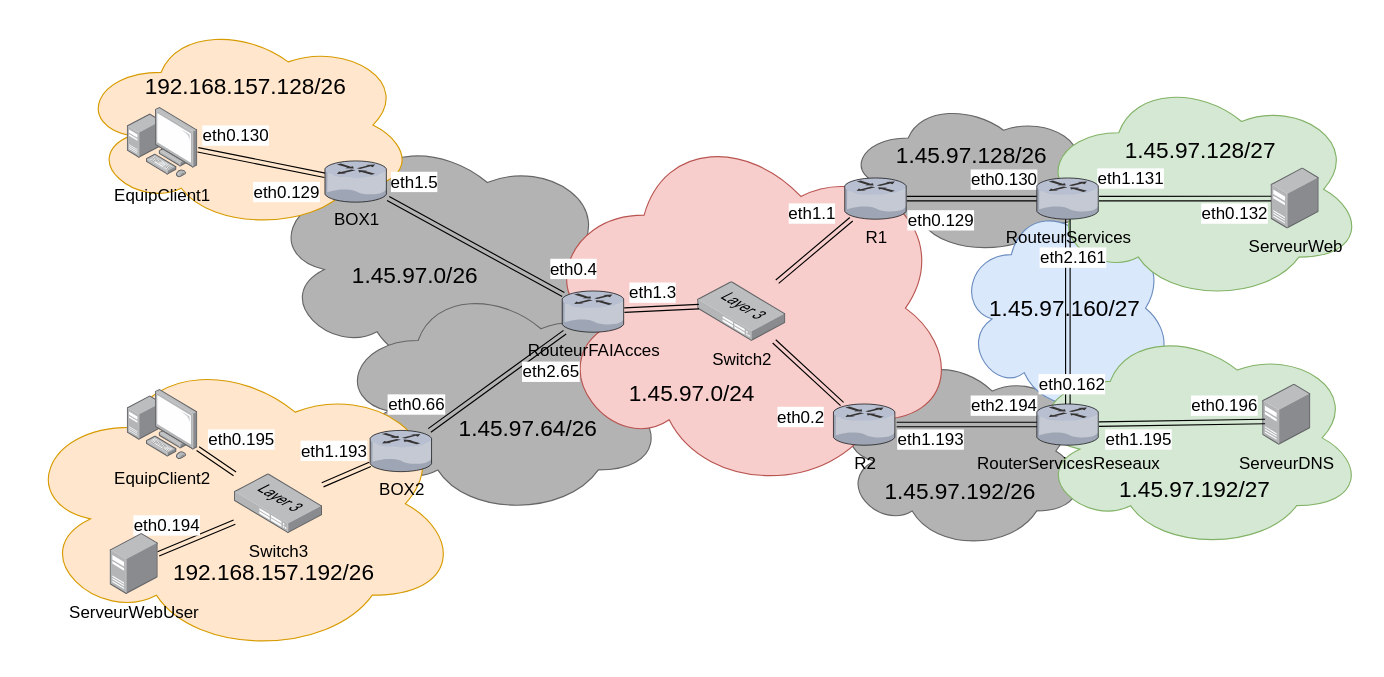
sully-vian/N7-1A keeps this draw.io diagram as 1A/reseau/projet-reseau/projet-reseau.drawio. Above is the earlier version. Source tidied: cells renumbered, new cells numbered last; positions are measured from the earlier drawing's top-left corner, leaving out a move shared by most shapes. Both pictures are drawn from the tidied source at 113%, with x=0, y=0 at pixel (19, 19).
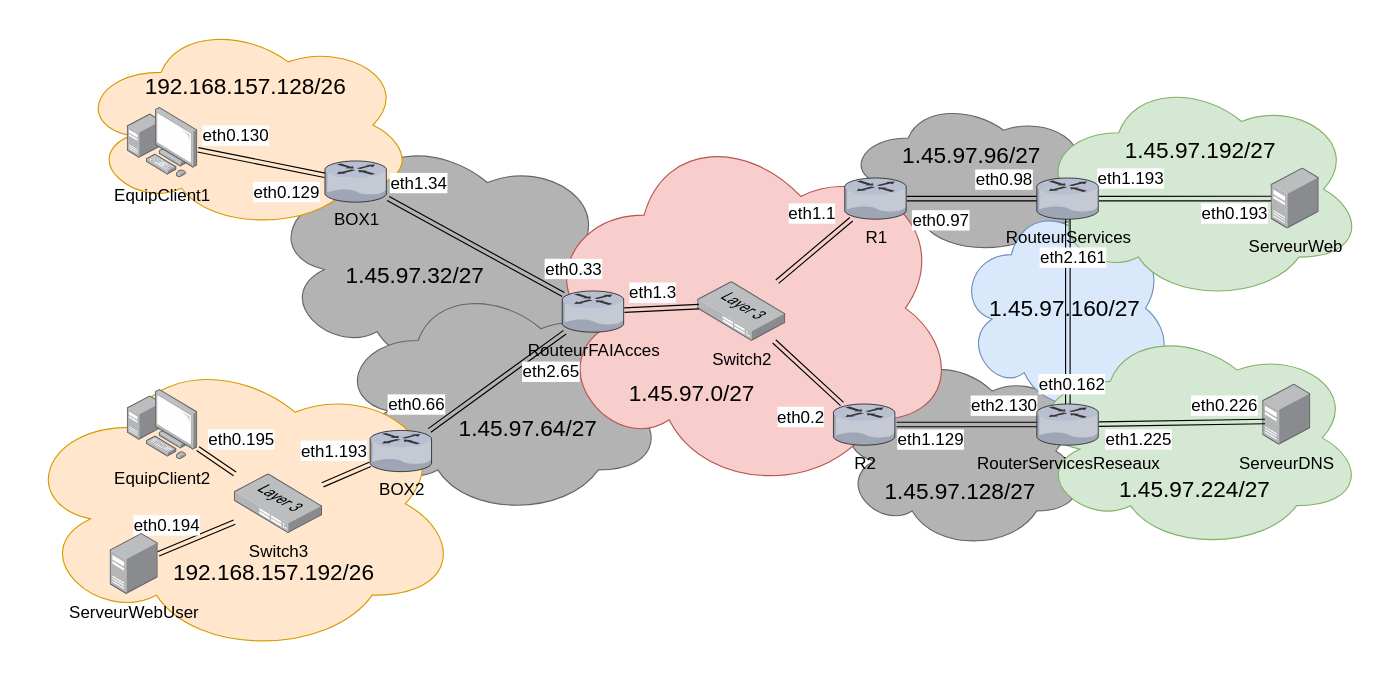
The same diagram, later.

Unchanged cells that the change refers to:
```xml
<mxCell id="30" style="rounded=0;orthogonalLoop=1;jettySize=auto;html=1;fontFamily=Helvetica;fontSize=12;fontColor=default;labelBackgroundColor=none;shape=link;" parent="1" edge="1">
  <mxGeometry relative="1" as="geometry">
    <mxPoint x="326" y="158.2" as="sourcePoint" />
    <mxPoint x="481" y="243.2" as="targetPoint" />
  </mxGeometry>
</mxCell>
<mxCell id="41" style="rounded=0;jettySize=auto;html=1;fontFamily=Helvetica;fontSize=20;fontColor=default;labelBackgroundColor=none;shape=link;" parent="1" edge="1" source="44" target="56">
  <mxGeometry x="-0.22" y="38" relative="1" as="geometry" />
</mxCell>
<mxCell id="45" style="rounded=0;orthogonalLoop=1;jettySize=auto;html=1;fontFamily=Helvetica;fontSize=12;fontColor=default;labelBackgroundColor=none;shape=link;" parent="1" edge="1">
  <mxGeometry relative="1" as="geometry">
    <mxPoint x="776" y="358.2" as="sourcePoint" />
    <mxPoint x="901" y="358.2" as="targetPoint" />
  </mxGeometry>
</mxCell>
<mxCell id="53" style="rounded=0;jettySize=auto;html=1;fontFamily=Helvetica;fontSize=12;fontColor=default;labelBackgroundColor=none;shape=link;" parent="1" edge="1" source="56" target="18">
  <mxGeometry relative="1" as="geometry" />
</mxCell>
<mxCell id="59" style="rounded=0;jettySize=auto;html=1;entryX=0.047;entryY=0.611;entryDx=0;entryDy=0;entryPerimeter=0;fontFamily=Helvetica;fontSize=12;fontColor=default;labelBackgroundColor=none;shape=link;" parent="1" edge="1" source="49" target="35">
  <mxGeometry relative="1" as="geometry" />
</mxCell>
```

Diff of the diagram source:
```diff
@@
-    <mxCell id="2" value="1.45.97.0/26" style="ellipse;shape=cloud;whiteSpace=wrap;html=1;rotation=0;fillColor=#B3B3B3;fontColor=#000000;strokeColor=#666666;fontSize=20;labelPosition=center;verticalLabelPosition=middle;align=center;verticalAlign=middle;spacingBottom=0;spacingLeft=0;spacingRight=50;spacing=2;spacingTop=30;" parent="1" vertex="1">
+    <mxCell id="2" value="1.45.97.32/27" style="ellipse;shape=cloud;whiteSpace=wrap;html=1;rotation=0;fillColor=#B3B3B3;fontColor=#000000;strokeColor=#666666;fontSize=20;labelPosition=center;verticalLabelPosition=middle;align=center;verticalAlign=middle;spacingBottom=0;spacingLeft=0;spacingRight=50;spacing=2;spacingTop=30;" parent="1" vertex="1">
       <mxGeometry x="220" y="100" width="310" height="220" as="geometry" />
     </mxCell>
-    <mxCell id="3" value="1.45.97.192/26" style="ellipse;shape=cloud;whiteSpace=wrap;html=1;rotation=0;fillColor=#B3B3B3;fontColor=#000000;strokeColor=#666666;fontSize=20;spacingTop=70;" parent="1" vertex="1">
+    <mxCell id="3" value="1.45.97.128/27" style="ellipse;shape=cloud;whiteSpace=wrap;html=1;rotation=0;fillColor=#B3B3B3;fontColor=#000000;strokeColor=#666666;fontSize=20;spacingTop=70;" parent="1" vertex="1">
       <mxGeometry x="720" y="293.2" width="225" height="176.8" as="geometry" />
     </mxCell>
-    <mxCell id="4" value="1.45.97.128/26" style="ellipse;shape=cloud;whiteSpace=wrap;html=1;rotation=0;fillColor=#B3B3B3;strokeColor=#666666;spacingBottom=40;fontSize=20;" parent="1" vertex="1">
+    <mxCell id="4" value="1.45.97.96/27" style="ellipse;shape=cloud;whiteSpace=wrap;html=1;rotation=0;fillColor=#B3B3B3;strokeColor=#666666;spacingBottom=40;fontSize=20;" parent="1" vertex="1">
       <mxGeometry x="730" y="70" width="225" height="138.6" as="geometry" />
     </mxCell>
@@
-    <mxCell id="6" value="1.45.97.128/27" style="ellipse;shape=cloud;whiteSpace=wrap;html=1;fillColor=#d5e8d4;strokeColor=#82b366;fontSize=20;spacingBottom=70;" parent="1" vertex="1">
+    <mxCell id="6" value="1.45.97.192/27" style="ellipse;shape=cloud;whiteSpace=wrap;html=1;fillColor=#d5e8d4;strokeColor=#82b366;fontSize=20;spacingBottom=70;" parent="1" vertex="1">
       <mxGeometry x="900" y="50" width="290" height="200" as="geometry" />
     </mxCell>
-    <mxCell id="7" value="1.45.97.192/27" style="ellipse;shape=cloud;whiteSpace=wrap;html=1;fillColor=#d5e8d4;strokeColor=#82b366;fontSize=20;spacingTop=90;" parent="1" vertex="1">
+    <mxCell id="7" value="1.45.97.224/27" style="ellipse;shape=cloud;whiteSpace=wrap;html=1;fillColor=#d5e8d4;strokeColor=#82b366;fontSize=20;spacingTop=90;" parent="1" vertex="1">
       <mxGeometry x="890" y="270" width="300" height="200" as="geometry" />
     </mxCell>
-    <mxCell id="8" value="1.45.97.64/26" style="ellipse;shape=cloud;whiteSpace=wrap;html=1;rotation=0;fillColor=#B3B3B3;fontColor=#000000;strokeColor=#666666;fontSize=20;labelPosition=center;verticalLabelPosition=middle;align=center;verticalAlign=middle;spacingBottom=0;spacingLeft=50;spacingRight=0;spacingTop=50;" parent="1" vertex="1">
+    <mxCell id="8" value="1.45.97.64/27" style="ellipse;shape=cloud;whiteSpace=wrap;html=1;rotation=0;fillColor=#B3B3B3;fontColor=#000000;strokeColor=#666666;fontSize=20;labelPosition=center;verticalLabelPosition=middle;align=center;verticalAlign=middle;spacingBottom=0;spacingLeft=50;spacingRight=0;spacingTop=50;" parent="1" vertex="1">
       <mxGeometry x="280" y="231.8" width="290" height="208.2" as="geometry" />
     </mxCell>
-    <mxCell id="9" value="1.45.97.0/24" style="ellipse;shape=cloud;whiteSpace=wrap;html=1;fillColor=#f8cecc;strokeColor=#b85450;fontSize=20;spacingTop=150;spacingRight=100;" parent="1" vertex="1">
+    <mxCell id="9" value="1.45.97.0/27" style="ellipse;shape=cloud;whiteSpace=wrap;html=1;fillColor=#f8cecc;strokeColor=#b85450;fontSize=20;spacingTop=150;spacingRight=100;" parent="1" vertex="1">
       <mxGeometry x="460" y="90.5" width="370" height="329.4" as="geometry" />
     </mxCell>
@@
-    <mxCell id="31" value="eth1.5" style="edgeLabel;html=1;align=center;verticalAlign=middle;fontSize=15;" parent="30" vertex="1">
+    <mxCell id="31" value="eth1.34" style="edgeLabel;html=1;align=center;verticalAlign=middle;fontSize=15;" parent="30" vertex="1">
       <mxGeometry x="-0.51" y="7" relative="1" as="geometry">
-        <mxPoint x="-19" y="-30" as="offset" />
+        <mxPoint x="-15" y="-29" as="offset" />
       </mxGeometry>
     </mxCell>
-    <mxCell id="32" value="&lt;font style=&quot;font-size: 15px;&quot;&gt;eth0.4&lt;/font&gt;" style="edgeLabel;html=1;align=center;verticalAlign=middle;" parent="30" vertex="1">
+    <mxCell id="32" value="&lt;font style=&quot;font-size: 15px;&quot;&gt;eth0.33&lt;/font&gt;" style="edgeLabel;html=1;align=center;verticalAlign=middle;" parent="30" vertex="1">
       <mxGeometry x="0.46" y="-5" relative="1" as="geometry">
         <mxPoint x="53" y="-5" as="offset" />
       </mxGeometry>
     </mxCell>
@@
-    <mxCell id="42" value="eth0.129" style="edgeLabel;html=1;align=center;verticalAlign=middle;fontSize=15;" parent="41" vertex="1">
+    <mxCell id="42" value="eth0.97" style="edgeLabel;html=1;align=center;verticalAlign=middle;fontSize=15;" parent="41" vertex="1">
       <mxGeometry x="-0.51" y="8" relative="1" as="geometry">
         <mxPoint x="1" y="26" as="offset" />
       </mxGeometry>
     </mxCell>
-    <mxCell id="43" value="eth0.130" style="edgeLabel;html=1;align=center;verticalAlign=middle;fontSize=15;" parent="41" vertex="1">
+    <mxCell id="43" value="eth0.98" style="edgeLabel;html=1;align=center;verticalAlign=middle;fontSize=15;" parent="41" vertex="1">
       <mxGeometry x="0.51" y="-9" relative="1" as="geometry">
         <mxPoint x="-2" y="-27" as="offset" />
       </mxGeometry>
     </mxCell>
@@
-    <mxCell id="46" value="eth1.193" style="edgeLabel;html=1;align=center;verticalAlign=middle;fontSize=15;" parent="45" vertex="1">
+    <mxCell id="46" value="eth1.129" style="edgeLabel;html=1;align=center;verticalAlign=middle;fontSize=15;" parent="45" vertex="1">
       <mxGeometry x="-0.47" y="8" relative="1" as="geometry">
         <mxPoint x="-4" y="20" as="offset" />
       </mxGeometry>
     </mxCell>
-    <mxCell id="47" value="eth2.194" style="edgeLabel;html=1;align=center;verticalAlign=middle;fontSize=15;" parent="45" vertex="1">
+    <mxCell id="47" value="eth2.130" style="edgeLabel;html=1;align=center;verticalAlign=middle;fontSize=15;" parent="45" vertex="1">
       <mxGeometry x="0.44" y="-8" relative="1" as="geometry">
         <mxPoint x="4" y="-26" as="offset" />
       </mxGeometry>
     </mxCell>
@@
-    <mxCell id="54" value="eth1.131" style="edgeLabel;html=1;align=center;verticalAlign=middle;fontSize=15;" parent="53" vertex="1">
+    <mxCell id="54" value="eth1.193" style="edgeLabel;html=1;align=center;verticalAlign=middle;fontSize=15;" parent="53" vertex="1">
       <mxGeometry x="-0.45" y="9" relative="1" as="geometry">
         <mxPoint x="-14" y="-10" as="offset" />
       </mxGeometry>
     </mxCell>
-    <mxCell id="55" value="eth0.132" style="edgeLabel;html=1;align=center;verticalAlign=middle;fontSize=15;" parent="53" vertex="1">
+    <mxCell id="55" value="eth0.193" style="edgeLabel;html=1;align=center;verticalAlign=middle;fontSize=15;" parent="53" vertex="1">
       <mxGeometry x="0.45" y="-2" relative="1" as="geometry">
         <mxPoint x="9" y="10" as="offset" />
       </mxGeometry>
     </mxCell>
@@
-    <mxCell id="60" value="eth1.195" style="edgeLabel;html=1;align=center;verticalAlign=middle;fontSize=15;" parent="59" vertex="1">
+    <mxCell id="60" value="eth1.225" style="edgeLabel;html=1;align=center;verticalAlign=middle;fontSize=15;" parent="59" vertex="1">
       <mxGeometry x="-0.46" y="6" relative="1" as="geometry">
         <mxPoint x="-5" y="19" as="offset" />
       </mxGeometry>
     </mxCell>
-    <mxCell id="61" value="eth0.196" style="edgeLabel;html=1;align=center;verticalAlign=middle;fontSize=15;" parent="59" vertex="1">
+    <mxCell id="61" value="eth0.226" style="edgeLabel;html=1;align=center;verticalAlign=middle;fontSize=15;" parent="59" vertex="1">
       <mxGeometry x="0.5" y="-8" relative="1" as="geometry">
         <mxPoint y="-24" as="offset" />
       </mxGeometry>
     </mxCell>
```
